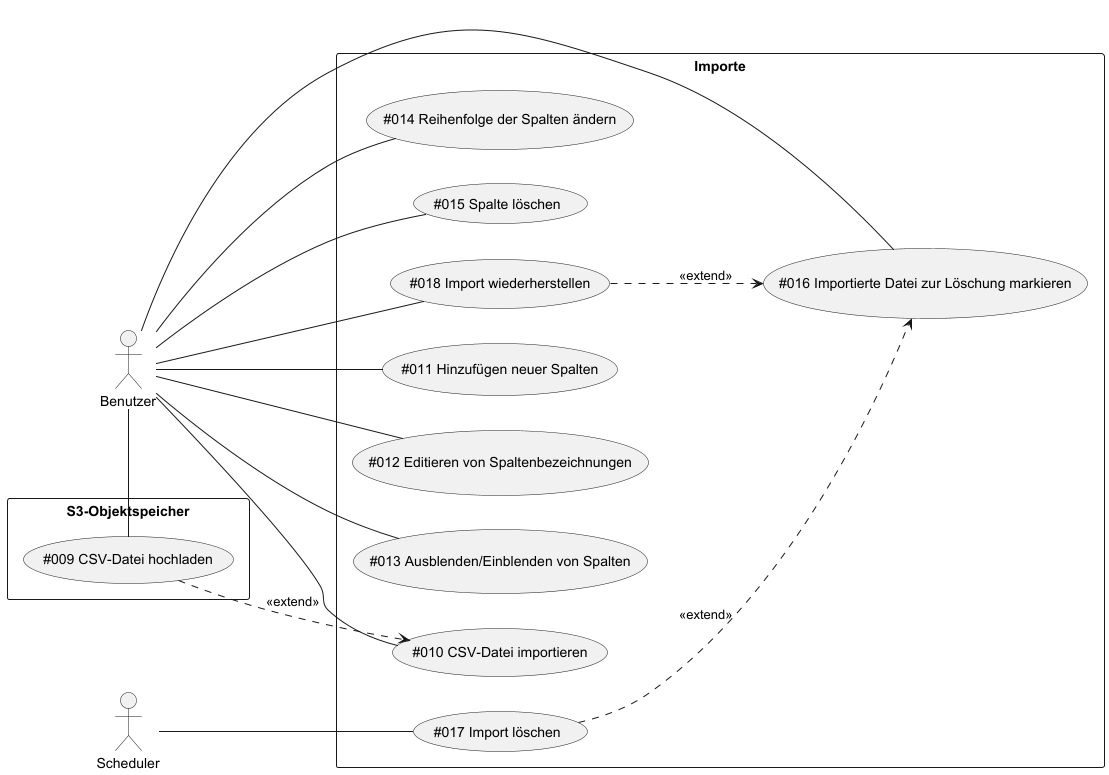
TuncerCatalkaya/data-integration keeps this PlantUML diagram as data-integration-documentation/src/main/images/usecases/scopes.png. Above is the earlier version.
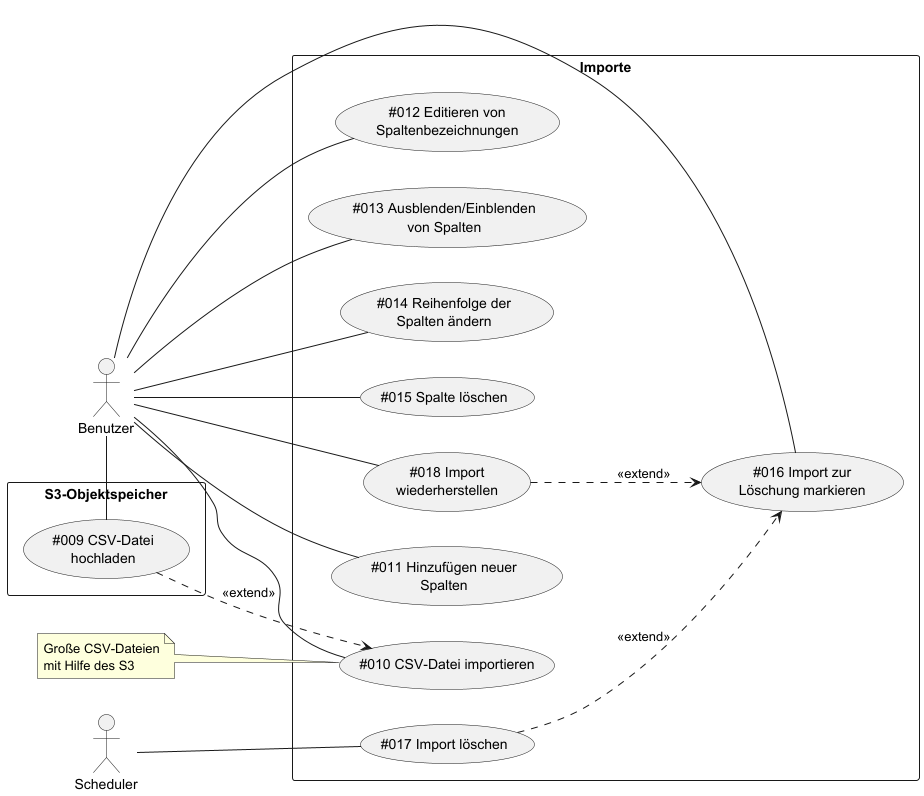
The same diagram one commit later.

Diff of the diagram source:
```diff
@@ -5,20 +5,22 @@
 actor Scheduler as Actor2
 
 rectangle "S3-Objektspeicher" {
-    (#009 CSV-Datei hochladen) as (UC9)
+    (#009 CSV-Datei\nhochladen) as (UC9)
 }
 
 rectangle "Importe" {
-    (#012 Editieren von Spaltenbezeichnungen) as (UC12)
-    (#016 Importierte Datei zur Löschung markieren) as (UC16)
+    (#012 Editieren von\nSpaltenbezeichnungen) as (UC12)
+    (#016 Import zur\nLöschung markieren) as (UC16)
     (#010 CSV-Datei importieren) as (UC10)
-    (#011 Hinzufügen neuer Spalten) as (UC11)
-    (#013 Ausblenden/Einblenden von Spalten) as (UC13)
-    (#014 Reihenfolge der Spalten ändern) as (UC14)
+    (#011 Hinzufügen neuer\nSpalten) as (UC11)
+    (#013 Ausblenden/Einblenden\nvon Spalten) as (UC13)
+    (#014 Reihenfolge der\nSpalten ändern) as (UC14)
     (#015 Spalte löschen) as (UC15)
     (#017 Import löschen) as (UC17)
-    (#018 Import wiederherstellen) as (UC18)
+    (#018 Import\nwiederherstellen) as (UC18)
 }
+
+note "Große CSV-Dateien\nmit Hilfe des S3" as N1
 
 Actor2 -- (UC17)
 
@@ -36,4 +38,6 @@
 (UC17) ..> (UC16) : <<extend>>
 (UC18) ..> UC16 : <<extend>>
 
+N1 .. (UC10)
+
 @enduml
```
